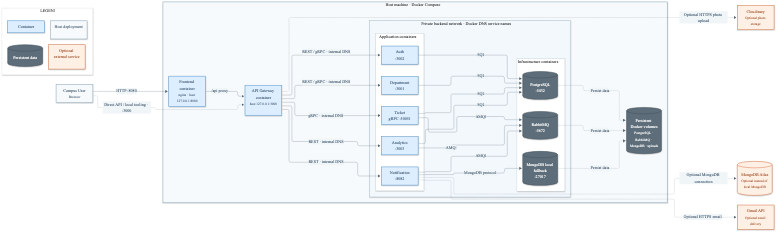
This is docs/presentation/02b-deployment-overview.png from Pantipkub/chula-fondue, a Mermaid export, as it was before one commit. Its source is kept beside it as docs/presentation/02b-deployment-overview.mmd.
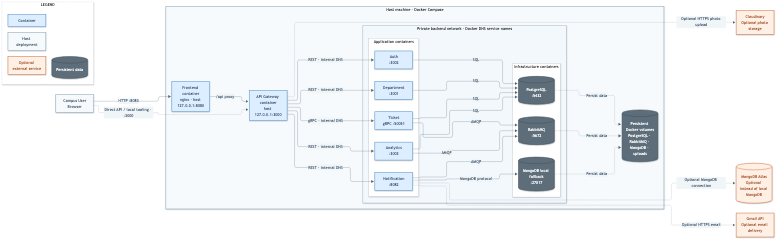
After the change.

Commit message:
docs: fix 02b-deployment-diagram

The edit, as a diff of the source:
```diff
@@ -33,8 +33,8 @@
   browser -->|HTTP :8080| frontend
   browser -.->|Direct API / local tooling · :3000| gateway
   frontend -->|/api proxy| gateway
-  gateway -->|REST / gRPC · internal DNS| auth
-  gateway -->|REST / gRPC · internal DNS| dept
+  gateway -->|REST · internal DNS| auth
+  gateway -->|REST · internal DNS| dept
   gateway -->|gRPC · internal DNS| ticket
   gateway -->|REST · internal DNS| notify
   gateway -->|REST · internal DNS| analytics
```
